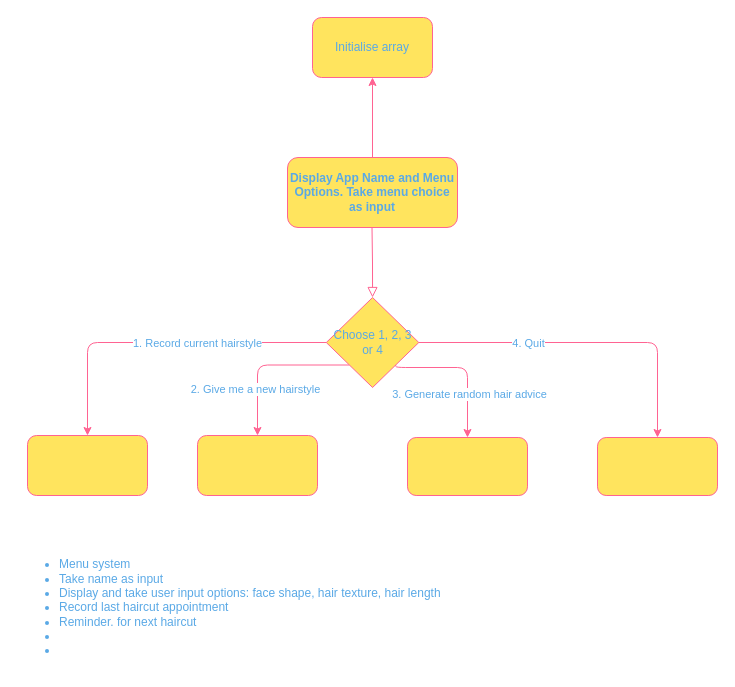
Before: docs/diagram.drawio in karlatolentino/T1A3---Terminal-App, a draw.io diagram. Source tidied: cells renumbered, new cells numbered last; positions are measured from the earlier drawing's top-left corner, leaving out a move shared by most shapes. Both pictures are drawn from the tidied source at 100%, with x=0, y=0 at pixel (17, 17).
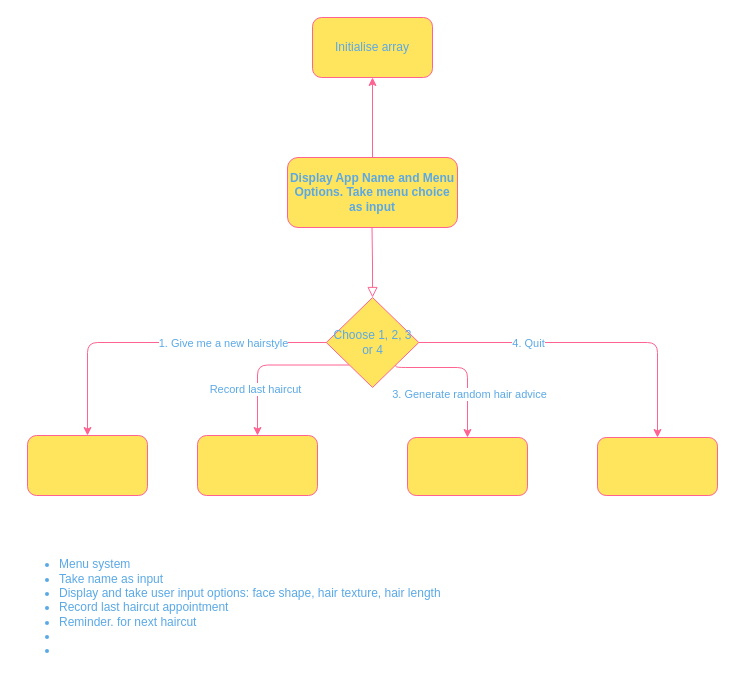
After the change.

Commit message (it also covers changes not shown here):
added TTY-prompt gem, created menu options in index.rb

Unchanged cells that the change refers to:
```xml
<mxCell id="6" style="edgeStyle=orthogonalEdgeStyle;curved=0;rounded=1;sketch=0;jettySize=auto;html=1;strokeColor=#FF6392;fillColor=#FFE45E;fontColor=#5AA9E6;entryX=0.5;entryY=0;entryDx=0;entryDy=0;" parent="1" edge="1" source="14" target="16">
  <mxGeometry relative="1" as="geometry">
    <Array as="points">
      <mxPoint x="70" y="325" />
    </Array>
  </mxGeometry>
</mxCell>
<mxCell id="8" style="edgeStyle=orthogonalEdgeStyle;curved=0;rounded=1;sketch=0;jettySize=auto;html=1;exitX=0;exitY=1;exitDx=0;exitDy=0;entryX=0.5;entryY=0;entryDx=0;entryDy=0;strokeColor=#FF6392;fillColor=#FFE45E;fontColor=#5AA9E6;" parent="1" edge="1" source="14" target="17">
  <mxGeometry relative="1" as="geometry" />
</mxCell>
```

Diff of the diagram source:
```diff
@@
-    <mxCell id="7" value="1. Record current hairstyle" style="edgeLabel;html=1;align=center;verticalAlign=middle;fontColor=#5AA9E6;" parent="6" vertex="1">
-      <mxGeometry x="-0.03" y="1" relative="1" as="geometry">
-        <mxPoint x="31.2" y="-1" as="offset" />
-      </mxGeometry>
-    </mxCell>
+    <mxCell id="20" value="1. Give me a new hairstyle" style="edgeLabel;html=1;align=center;verticalAlign=middle;fontColor=#5AA9E6;" parent="6" vertex="1">
+      <mxGeometry x="-0.38" relative="1" as="geometry" />
+    </mxCell>
@@
-    <mxCell id="9" value="2. Give me a new hairstyle" style="edgeLabel;html=1;align=center;verticalAlign=middle;fontColor=#5AA9E6;" parent="8" vertex="1">
+    <mxCell id="9" value="Record last haircut" style="edgeLabel;html=1;align=center;verticalAlign=middle;fontColor=#5AA9E6;" parent="8" vertex="1">
       <mxGeometry x="0.43" y="-3" relative="1" as="geometry" />
     </mxCell>
```
